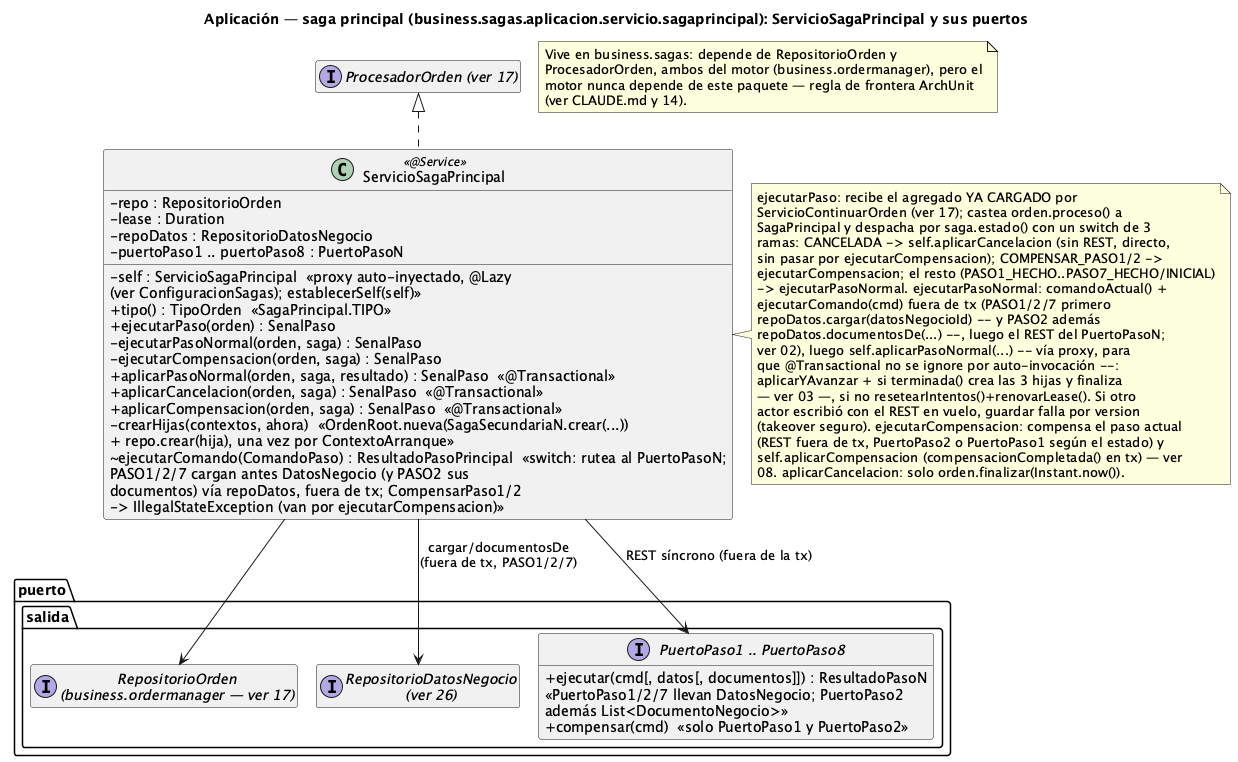
Before: order-manager/docs/18-clases-aplicacion-saga-principal.png, a diagram exported from PlantUML (ralcazar/patrones).
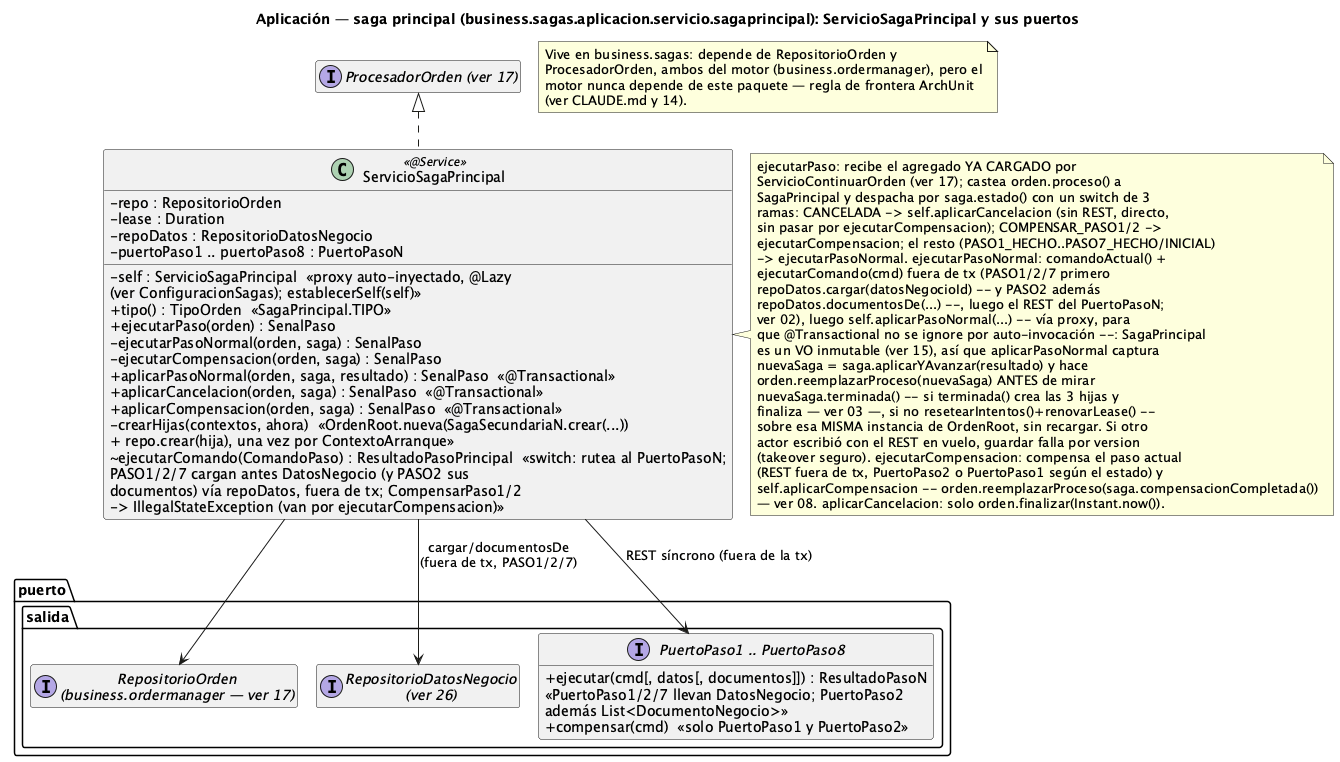
Later version of the same file.

The edit, as a diff of the source:
```diff
@@ -34,14 +34,18 @@
   repoDatos.cargar(datosNegocioId) -- y PASO2 además
   repoDatos.documentosDe(...) --, luego el REST del PuertoPasoN;
   ver 02), luego self.aplicarPasoNormal(...) -- vía proxy, para
-  que @Transactional no se ignore por auto-invocación --:
-  aplicarYAvanzar + si terminada() crea las 3 hijas y finaliza
-  — ver 03 —, si no resetearIntentos()+renovarLease(). Si otro
+  que @Transactional no se ignore por auto-invocación --: SagaPrincipal
+  es un VO inmutable (ver 15), así que aplicarPasoNormal captura
+  nuevaSaga = saga.aplicarYAvanzar(resultado) y hace
+  orden.reemplazarProceso(nuevaSaga) ANTES de mirar
+  nuevaSaga.terminada() -- si terminada() crea las 3 hijas y
+  finaliza — ver 03 —, si no resetearIntentos()+renovarLease() --
+  sobre esa MISMA instancia de OrdenRoot, sin recargar. Si otro
   actor escribió con el REST en vuelo, guardar falla por version
   (takeover seguro). ejecutarCompensacion: compensa el paso actual
   (REST fuera de tx, PuertoPaso2 o PuertoPaso1 según el estado) y
-  self.aplicarCompensacion (compensacionCompletada() en tx) — ver
-  08. aplicarCancelacion: solo orden.finalizar(Instant.now()).
+  self.aplicarCompensacion -- orden.reemplazarProceso(saga.compensacionCompletada())
+  — ver 08. aplicarCancelacion: solo orden.finalizar(Instant.now()).
 end note
 
 package "puerto.salida" {
```
